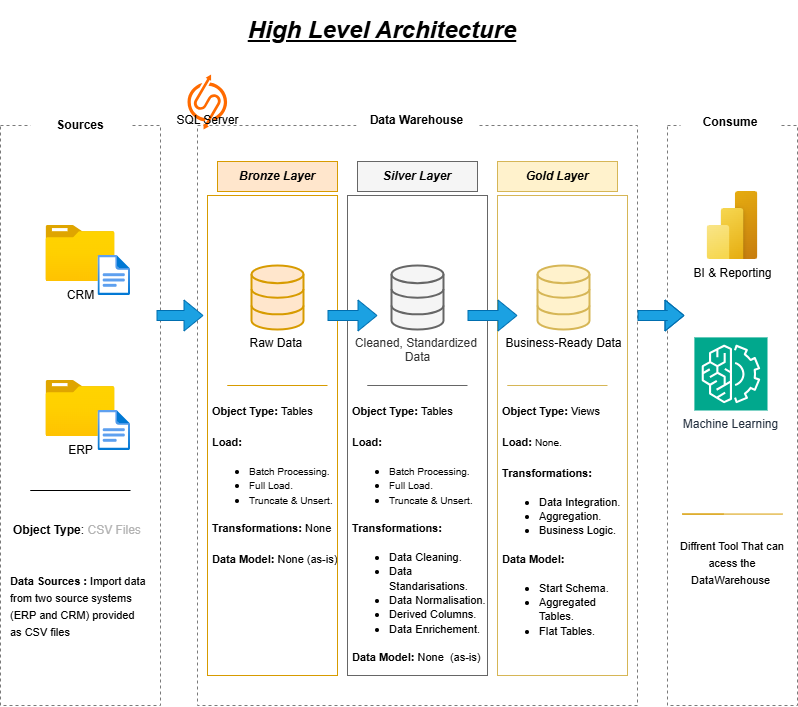
Above: docs/data_architecture.png in elghalbouni-oumaima/End-to-End-Data-Warehouse-with-SQL (draw.io), before the change. Source tidied: cells renumbered, new cells last; positions are measured from the earlier drawing's top-left corner, leaving out a move shared by most shapes.
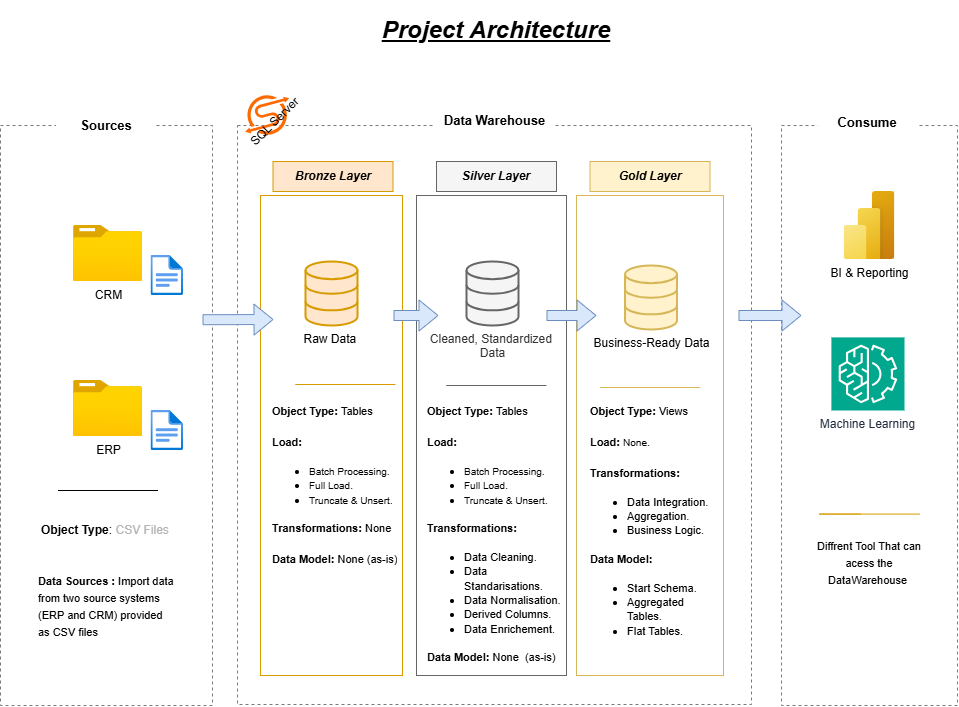
Later version of the same file.

Commit message:
update data architecture

The edit, as a diff of the source:
```diff
@@ -4,3 +4,3 @@
     <mxCell id="1" parent="0" />
-    <mxCell id="2" value="&lt;h1&gt;&lt;i&gt;&lt;u&gt;High Level Architecture&lt;/u&gt;&lt;/i&gt;&lt;/h1&gt;" style="text;html=1;whiteSpace=wrap;align=center;verticalAlign=middle;rounded=0;" parent="1" vertex="1">
+    <mxCell id="2" value="&lt;h1&gt;&lt;i&gt;&lt;u&gt;Project Architecture&lt;/u&gt;&lt;/i&gt;&lt;/h1&gt;" style="text;html=1;whiteSpace=wrap;align=center;verticalAlign=middle;rounded=0;" parent="1" vertex="1">
       <mxGeometry x="217" width="330" height="30" as="geometry" />
@@ -8,48 +8,48 @@
     <mxCell id="3" style="rounded=0;whiteSpace=wrap;html=1;fillColor=none;strokeColor=#7A7A7A;dashed=1;" parent="1" vertex="1">
-      <mxGeometry y="110" width="160" height="580" as="geometry" />
+      <mxGeometry x="-114" y="110" width="212" height="580" as="geometry" />
     </mxCell>
-    <mxCell id="4" value="&lt;b&gt;Sources&lt;/b&gt;" style="rounded=0;whiteSpace=wrap;html=1;fillColor=default;strokeColor=none;" parent="1" vertex="1">
-      <mxGeometry x="30" y="90" width="100" height="40" as="geometry" />
+    <mxCell id="4" value="&lt;b&gt;&lt;font style=&quot;font-size: 13px;&quot;&gt;Sources&lt;/font&gt;&lt;/b&gt;" style="rounded=0;whiteSpace=wrap;html=1;fillColor=default;strokeColor=none;" parent="1" vertex="1">
+      <mxGeometry x="-58.5" y="90" width="100" height="40" as="geometry" />
     </mxCell>
     <mxCell id="5" style="rounded=0;whiteSpace=wrap;html=1;fillColor=none;strokeColor=#7A7A7A;dashed=1;" parent="1" vertex="1">
-      <mxGeometry x="197" y="110" width="440" height="580" as="geometry" />
+      <mxGeometry x="123" y="110" width="514" height="579" as="geometry" />
     </mxCell>
-    <mxCell id="6" value="&lt;b&gt;Data Warehouse&lt;/b&gt;" style="rounded=0;whiteSpace=wrap;html=1;fillColor=default;strokeColor=none;" parent="1" vertex="1">
-      <mxGeometry x="356" y="87" width="121" height="36" as="geometry" />
+    <mxCell id="6" value="&lt;b&gt;&lt;font style=&quot;font-size: 13px;&quot;&gt;Data Warehouse&lt;/font&gt;&lt;/b&gt;" style="rounded=0;whiteSpace=wrap;html=1;fillColor=default;strokeColor=none;" parent="1" vertex="1">
+      <mxGeometry x="319.5" y="87" width="121" height="36" as="geometry" />
     </mxCell>
     <mxCell id="7" style="rounded=0;whiteSpace=wrap;html=1;fillColor=none;strokeColor=#7A7A7A;dashed=1;" parent="1" vertex="1">
-      <mxGeometry x="667" y="110" width="130" height="580" as="geometry" />
+      <mxGeometry x="667" y="110" width="176" height="580" as="geometry" />
     </mxCell>
-    <mxCell id="8" value="&lt;b&gt;Consume&lt;/b&gt;" style="rounded=0;whiteSpace=wrap;html=1;fillColor=default;strokeColor=none;" parent="1" vertex="1">
-      <mxGeometry x="680" y="87" width="100" height="40" as="geometry" />
+    <mxCell id="8" value="&lt;b&gt;&lt;font style=&quot;font-size: 13px;&quot;&gt;Consume&lt;/font&gt;&lt;/b&gt;" style="rounded=0;whiteSpace=wrap;html=1;fillColor=default;strokeColor=none;" parent="1" vertex="1">
+      <mxGeometry x="703" y="87" width="100" height="40" as="geometry" />
     </mxCell>
     <mxCell id="9" style="rounded=0;whiteSpace=wrap;html=1;fillColor=none;strokeColor=#D79B00;" parent="1" vertex="1">
-      <mxGeometry x="207" y="180" width="130" height="480" as="geometry" />
+      <mxGeometry x="146" y="180" width="142" height="480" as="geometry" />
     </mxCell>
     <mxCell id="10" style="rounded=0;whiteSpace=wrap;html=1;fillColor=none;strokeColor=#666666;fontColor=#333333;" parent="1" vertex="1">
-      <mxGeometry x="347" y="180" width="140" height="480" as="geometry" />
+      <mxGeometry x="302" y="180" width="150" height="480" as="geometry" />
     </mxCell>
     <mxCell id="11" style="rounded=0;whiteSpace=wrap;html=1;fillColor=none;strokeColor=#d6b656;" parent="1" vertex="1">
-      <mxGeometry x="497" y="180" width="130" height="480" as="geometry" />
+      <mxGeometry x="462" y="180" width="147" height="480" as="geometry" />
     </mxCell>
     <mxCell id="12" value="&lt;b&gt;&lt;i&gt;Bronze Layer&lt;/i&gt;&lt;/b&gt;" style="rounded=0;whiteSpace=wrap;html=1;fillColor=#ffe6cc;strokeColor=#d79b00;" parent="1" vertex="1">
-      <mxGeometry x="217" y="146" width="120" height="30" as="geometry" />
+      <mxGeometry x="158.5" y="146" width="120" height="30" as="geometry" />
     </mxCell>
     <mxCell id="13" value="&lt;b style=&quot;color: rgb(0, 0, 0);&quot;&gt;&lt;i&gt;Silver Layer&lt;/i&gt;&lt;/b&gt;" style="rounded=0;whiteSpace=wrap;html=1;fillColor=#f5f5f5;strokeColor=#666666;fontColor=#333333;" parent="1" vertex="1">
-      <mxGeometry x="357" y="146" width="120" height="30" as="geometry" />
+      <mxGeometry x="322" y="146" width="120" height="30" as="geometry" />
     </mxCell>
     <mxCell id="14" value="&lt;b&gt;&lt;i&gt;Gold Layer&lt;/i&gt;&lt;/b&gt;" style="rounded=0;whiteSpace=wrap;html=1;fillColor=#fff2cc;strokeColor=#d6b656;" parent="1" vertex="1">
-      <mxGeometry x="497" y="146" width="120" height="30" as="geometry" />
+      <mxGeometry x="475.5" y="146" width="120" height="30" as="geometry" />
     </mxCell>
     <mxCell id="15" value="CRM" style="image;html=1;align=center;fontSize=12;image=img/lib/azure2/general/Folder_Blank.svg;" parent="1" vertex="1">
-      <mxGeometry x="45.5" y="210" width="69" height="56" as="geometry" />
+      <mxGeometry x="-41" y="210" width="69" height="56" as="geometry" />
     </mxCell>
     <mxCell id="16" style="image;html=1;align=center;fontSize=12;image=img/lib/azure2/general/File.svg;" parent="1" vertex="1">
-      <mxGeometry x="97.5" y="240" width="32.5" height="40" as="geometry" />
+      <mxGeometry x="36.5" y="240" width="32.5" height="40" as="geometry" />
     </mxCell>
     <mxCell id="17" value="ERP" style="image;html=1;align=center;fontSize=12;image=img/lib/azure2/general/Folder_Blank.svg;" parent="1" vertex="1">
-      <mxGeometry x="45.5" y="365" width="69" height="56" as="geometry" />
+      <mxGeometry x="-41" y="365" width="69" height="56" as="geometry" />
     </mxCell>
     <mxCell id="18" style="image;html=1;align=center;fontSize=12;image=img/lib/azure2/general/File.svg;" parent="1" vertex="1">
-      <mxGeometry x="97.5" y="395" width="32.5" height="40" as="geometry" />
+      <mxGeometry x="36.5" y="395" width="32.5" height="40" as="geometry" />
     </mxCell>
@@ -57,7 +57,7 @@
       <mxGeometry relative="1" as="geometry">
-        <mxPoint x="71" y="475" as="sourcePoint" />
-        <mxPoint x="130" y="475" as="targetPoint" />
+        <mxPoint x="-15.5" y="475" as="sourcePoint" />
+        <mxPoint x="43.5" y="475" as="targetPoint" />
         <Array as="points">
-          <mxPoint x="30" y="475" />
-          <mxPoint x="130" y="475" />
+          <mxPoint x="-56.5" y="475" />
+          <mxPoint x="43.5" y="475" />
         </Array>
@@ -66,32 +66,32 @@
     <mxCell id="20" value="&lt;b&gt;Object Type&lt;/b&gt;: &lt;font style=&quot;color: rgb(179, 179, 179);&quot;&gt;CSV Files&lt;/font&gt;" style="text;html=1;whiteSpace=wrap;strokeColor=none;fillColor=none;align=left;verticalAlign=middle;rounded=0;" parent="1" vertex="1">
-      <mxGeometry x="11" y="500" width="140" height="30" as="geometry" />
+      <mxGeometry x="-75.5" y="500" width="140" height="30" as="geometry" />
     </mxCell>
     <mxCell id="21" value="&lt;h3 style=&quot;margin-top: 0px;&quot;&gt;&lt;font style=&quot;font-size: 11px;&quot;&gt;Data Sources :&amp;nbsp;&lt;span style=&quot;background-color: transparent; color: light-dark(rgb(0, 0, 0), rgb(255, 255, 255)); font-weight: normal;&quot;&gt;Import data from two source systems (ERP and CRM) provided as CSV files&lt;/span&gt;&lt;/font&gt;&lt;/h3&gt;" style="text;html=1;whiteSpace=wrap;overflow=hidden;rounded=0;" parent="1" vertex="1">
-      <mxGeometry x="8" y="550" width="140" height="120" as="geometry" />
+      <mxGeometry x="-78.5" y="550" width="140" height="120" as="geometry" />
     </mxCell>
     <mxCell id="22" value="Raw Data&amp;nbsp;" style="html=1;verticalLabelPosition=bottom;align=center;labelBackgroundColor=none;verticalAlign=top;strokeWidth=2;strokeColor=#d79b00;shadow=0;dashed=0;shape=mxgraph.ios7.icons.data;fillColor=#ffe6cc;" parent="1" vertex="1">
-      <mxGeometry x="251" y="250" width="52" height="64" as="geometry" />
+      <mxGeometry x="191" y="246" width="52" height="64" as="geometry" />
     </mxCell>
     <mxCell id="23" value="Business-Ready Data" style="html=1;verticalLabelPosition=bottom;align=center;labelBackgroundColor=none;verticalAlign=top;strokeWidth=2;strokeColor=#d6b656;shadow=0;dashed=0;shape=mxgraph.ios7.icons.data;fillColor=#fff2cc;" parent="1" vertex="1">
-      <mxGeometry x="537" y="250" width="52" height="64" as="geometry" />
+      <mxGeometry x="510.5" y="250" width="52" height="64" as="geometry" />
     </mxCell>
     <mxCell id="24" value="&lt;div style=&quot;text-align: justify;&quot;&gt;&lt;span style=&quot;color: light-dark(rgb(51, 51, 51), rgb(193, 193, 193));&quot;&gt;Cleaned, Standardized&amp;nbsp;&lt;/span&gt;&lt;/div&gt;&lt;div style=&quot;&quot;&gt;&lt;span style=&quot;color: light-dark(rgb(51, 51, 51), rgb(193, 193, 193));&quot;&gt;Data&lt;/span&gt;&lt;/div&gt;" style="html=1;verticalLabelPosition=bottom;align=center;labelBackgroundColor=none;verticalAlign=top;strokeWidth=2;strokeColor=#666666;shadow=0;dashed=0;shape=mxgraph.ios7.icons.data;fillColor=#f5f5f5;fontColor=#333333;" parent="1" vertex="1">
-      <mxGeometry x="391" y="250" width="52" height="64" as="geometry" />
+      <mxGeometry x="352" y="246" width="52" height="64" as="geometry" />
     </mxCell>
-    <mxCell id="25" style="shape=flexArrow;endArrow=classic;html=1;rounded=0;entryX=0;entryY=0.25;entryDx=0;entryDy=0;fillColor=#1ba1e2;strokeColor=#006EAF;" parent="1" edge="1">
+    <mxCell id="25" style="shape=flexArrow;endArrow=classic;html=1;rounded=0;fillColor=#dae8fc;strokeColor=#6c8ebf;exitX=0.953;exitY=0.328;exitDx=0;exitDy=0;exitPerimeter=0;" parent="1" edge="1">
       <mxGeometry relative="1" as="geometry">
-        <mxPoint x="156" y="300" as="sourcePoint" />
-        <mxPoint x="203" y="300" as="targetPoint" />
+        <mxPoint x="88" y="304.2" as="sourcePoint" />
+        <mxPoint x="159" y="304" as="targetPoint" />
       </mxGeometry>
     </mxCell>
-    <mxCell id="26" style="shape=flexArrow;endArrow=classic;html=1;rounded=0;entryX=0;entryY=0.25;entryDx=0;entryDy=0;fillColor=#1ba1e2;strokeColor=#006EAF;" parent="1" edge="1">
+    <mxCell id="26" style="shape=flexArrow;endArrow=classic;html=1;rounded=0;fillColor=#dae8fc;strokeColor=#6c8ebf;exitX=1;exitY=0.25;exitDx=0;exitDy=0;" parent="1" edge="1">
       <mxGeometry relative="1" as="geometry">
-        <mxPoint x="327" y="300" as="sourcePoint" />
-        <mxPoint x="377" y="300" as="targetPoint" />
+        <mxPoint x="279" y="300" as="sourcePoint" />
+        <mxPoint x="324" y="300" as="targetPoint" />
       </mxGeometry>
     </mxCell>
-    <mxCell id="27" style="shape=flexArrow;endArrow=classic;html=1;rounded=0;entryX=0;entryY=0.25;entryDx=0;entryDy=0;fillColor=#1ba1e2;strokeColor=#006EAF;" parent="1" edge="1">
+    <mxCell id="27" style="shape=flexArrow;endArrow=classic;html=1;rounded=0;entryX=0;entryY=0.25;entryDx=0;entryDy=0;fillColor=#dae8fc;strokeColor=#6c8ebf;" parent="1" edge="1">
       <mxGeometry relative="1" as="geometry">
-        <mxPoint x="467" y="300" as="sourcePoint" />
-        <mxPoint x="517" y="300" as="targetPoint" />
+        <mxPoint x="432" y="300" as="sourcePoint" />
+        <mxPoint x="482" y="300" as="targetPoint" />
       </mxGeometry>
@@ -100,7 +100,7 @@
       <mxGeometry relative="1" as="geometry">
-        <mxPoint x="268" y="370" as="sourcePoint" />
-        <mxPoint x="327" y="370" as="targetPoint" />
+        <mxPoint x="222" y="369" as="sourcePoint" />
+        <mxPoint x="281" y="369" as="targetPoint" />
         <Array as="points">
-          <mxPoint x="227" y="370" />
-          <mxPoint x="327" y="370" />
+          <mxPoint x="181" y="369" />
+          <mxPoint x="281" y="369" />
         </Array>
@@ -110,7 +110,7 @@
       <mxGeometry relative="1" as="geometry">
-        <mxPoint x="548" y="370" as="sourcePoint" />
-        <mxPoint x="607" y="370" as="targetPoint" />
+        <mxPoint x="526.5" y="372" as="sourcePoint" />
+        <mxPoint x="585.5" y="372" as="targetPoint" />
         <Array as="points">
-          <mxPoint x="507" y="370" />
-          <mxPoint x="607" y="370" />
+          <mxPoint x="485.5" y="372" />
+          <mxPoint x="585.5" y="372" />
         </Array>
@@ -120,7 +120,7 @@
       <mxGeometry relative="1" as="geometry">
-        <mxPoint x="408" y="370" as="sourcePoint" />
-        <mxPoint x="467" y="370" as="targetPoint" />
+        <mxPoint x="373" y="370" as="sourcePoint" />
+        <mxPoint x="432" y="370" as="targetPoint" />
         <Array as="points">
-          <mxPoint x="367" y="370" />
-          <mxPoint x="467" y="370" />
+          <mxPoint x="332" y="370" />
+          <mxPoint x="432" y="370" />
         </Array>
@@ -129,16 +129,16 @@
     <mxCell id="31" value="&lt;h3 style=&quot;margin-top: 0px;&quot;&gt;&lt;font style=&quot;font-size: 11px;&quot;&gt;&amp;nbsp;Object Type: &lt;span style=&quot;font-weight: normal;&quot;&gt;Tables&lt;/span&gt;&lt;/font&gt;&lt;/h3&gt;&lt;div&gt;&lt;h3 style=&quot;margin-top: 0px;&quot;&gt;&lt;font style=&quot;font-size: 11px;&quot;&gt;&amp;nbsp;Load:&amp;nbsp;&lt;/font&gt;&lt;/h3&gt;&lt;/div&gt;&lt;ul&gt;&lt;li&gt;&lt;span style=&quot;font-size: 10px; background-color: transparent; color: light-dark(rgb(0, 0, 0), rgb(255, 255, 255));&quot;&gt;Batch Processing.&lt;/span&gt;&lt;/li&gt;&lt;li&gt;&lt;span style=&quot;font-size: 10px; background-color: transparent; color: light-dark(rgb(0, 0, 0), rgb(255, 255, 255));&quot;&gt;Full Load.&lt;/span&gt;&lt;/li&gt;&lt;li&gt;&lt;span style=&quot;background-color: transparent; color: light-dark(rgb(0, 0, 0), rgb(255, 255, 255));&quot;&gt;&lt;font style=&quot;font-size: 10px;&quot;&gt;Truncate &amp;amp; Unsert&lt;/font&gt;&lt;/span&gt;&lt;span style=&quot;font-size: 11px; background-color: transparent; color: light-dark(rgb(0, 0, 0), rgb(255, 255, 255));&quot;&gt;.&lt;/span&gt;&lt;/li&gt;&lt;/ul&gt;&lt;div&gt;&lt;h3 style=&quot;margin-top: 0px;&quot;&gt;&lt;font style=&quot;font-size: 11px;&quot;&gt;&amp;nbsp;Transformations:&amp;nbsp;&lt;/font&gt;&lt;span style=&quot;font-weight: normal; font-size: 11px; background-color: transparent; color: light-dark(rgb(0, 0, 0), rgb(255, 255, 255));&quot;&gt;None&lt;/span&gt;&lt;/h3&gt;&lt;/div&gt;&lt;div&gt;&lt;h3 style=&quot;margin-top: 0px;&quot;&gt;&lt;font style=&quot;font-size: 11px;&quot;&gt;&amp;nbsp;Data Model:&amp;nbsp;&lt;/font&gt;&lt;span style=&quot;font-weight: normal; font-size: 11px; background-color: transparent; color: light-dark(rgb(0, 0, 0), rgb(255, 255, 255));&quot;&gt;None (as-is)&lt;/span&gt;&lt;/h3&gt;&lt;/div&gt;" style="text;html=1;whiteSpace=wrap;overflow=hidden;rounded=0;" parent="1" vertex="1">
-      <mxGeometry x="207" y="380" width="140" height="200" as="geometry" />
+      <mxGeometry x="153" y="380" width="131" height="200" as="geometry" />
     </mxCell>
     <mxCell id="32" value="&lt;h3 style=&quot;margin-top: 0px;&quot;&gt;&lt;font style=&quot;font-size: 11px;&quot;&gt;&amp;nbsp;Object Type: &lt;span style=&quot;font-weight: normal;&quot;&gt;Tables&lt;/span&gt;&lt;/font&gt;&lt;/h3&gt;&lt;div&gt;&lt;h3 style=&quot;margin-top: 0px;&quot;&gt;&lt;font style=&quot;font-size: 11px;&quot;&gt;&amp;nbsp;Load:&amp;nbsp;&lt;/font&gt;&lt;/h3&gt;&lt;/div&gt;&lt;ul&gt;&lt;li&gt;&lt;span style=&quot;font-size: 10px; background-color: transparent; color: light-dark(rgb(0, 0, 0), rgb(255, 255, 255));&quot;&gt;Batch Processing.&lt;/span&gt;&lt;/li&gt;&lt;li&gt;&lt;span style=&quot;font-size: 10px; background-color: transparent; color: light-dark(rgb(0, 0, 0), rgb(255, 255, 255));&quot;&gt;Full Load.&lt;/span&gt;&lt;/li&gt;&lt;li&gt;&lt;span style=&quot;background-color: transparent; color: light-dark(rgb(0, 0, 0), rgb(255, 255, 255));&quot;&gt;&lt;font style=&quot;font-size: 10px;&quot;&gt;Truncate &amp;amp; Unsert&lt;/font&gt;&lt;/span&gt;&lt;span style=&quot;font-size: 11px; background-color: transparent; color: light-dark(rgb(0, 0, 0), rgb(255, 255, 255));&quot;&gt;.&lt;/span&gt;&lt;/li&gt;&lt;/ul&gt;&lt;div&gt;&lt;h3 style=&quot;margin-top: 0px;&quot;&gt;&lt;font style=&quot;font-size: 11px;&quot;&gt;&amp;nbsp;Transformations:&amp;nbsp;&lt;/font&gt;&lt;/h3&gt;&lt;/div&gt;&lt;div&gt;&lt;ul&gt;&lt;li&gt;&lt;font style=&quot;font-size: 11px;&quot;&gt;Data Cleaning.&lt;/font&gt;&lt;/li&gt;&lt;li&gt;&lt;font style=&quot;font-size: 11px;&quot;&gt;Data Standarisations.&lt;/font&gt;&lt;/li&gt;&lt;li&gt;&lt;span style=&quot;font-size: 11px;&quot;&gt;Data Normalisation.&lt;/span&gt;&lt;/li&gt;&lt;li&gt;&lt;span style=&quot;font-size: 11px;&quot;&gt;Derived Columns.&lt;/span&gt;&lt;/li&gt;&lt;li&gt;&lt;span style=&quot;font-size: 11px;&quot;&gt;Data Enrichement.&lt;/span&gt;&lt;/li&gt;&lt;/ul&gt;&lt;/div&gt;&lt;div&gt;&lt;h3 style=&quot;margin-top: 0px;&quot;&gt;&lt;font style=&quot;font-size: 11px;&quot;&gt;&amp;nbsp;Data Model:&amp;nbsp;&lt;/font&gt;&lt;span style=&quot;font-weight: normal; font-size: 11px; background-color: transparent; color: light-dark(rgb(0, 0, 0), rgb(255, 255, 255));&quot;&gt;None&amp;nbsp;&lt;/span&gt;&lt;span style=&quot;background-color: transparent; color: light-dark(rgb(0, 0, 0), rgb(255, 255, 255)); font-size: 11px; font-weight: normal;&quot;&gt;&amp;nbsp;&lt;/span&gt;&lt;span style=&quot;background-color: transparent; color: light-dark(rgb(0, 0, 0), rgb(255, 255, 255)); font-size: 11px; font-weight: normal;&quot;&gt;(as-is)&lt;/span&gt;&lt;/h3&gt;&lt;/div&gt;" style="text;html=1;whiteSpace=wrap;overflow=hidden;rounded=0;" parent="1" vertex="1">
-      <mxGeometry x="347" y="380" width="140" height="270" as="geometry" />
+      <mxGeometry x="308" y="380" width="140" height="270" as="geometry" />
     </mxCell>
     <mxCell id="33" value="&lt;h3 style=&quot;margin-top: 0px;&quot;&gt;&lt;font style=&quot;font-size: 11px;&quot;&gt;&amp;nbsp;Object Type: &lt;span style=&quot;font-weight: normal;&quot;&gt;Views&lt;/span&gt;&lt;/font&gt;&lt;/h3&gt;&lt;div&gt;&lt;h3 style=&quot;margin-top: 0px;&quot;&gt;&lt;font style=&quot;font-size: 11px;&quot;&gt;&amp;nbsp;Load:&amp;nbsp;&lt;/font&gt;&lt;font style=&quot;background-color: transparent; color: light-dark(rgb(0, 0, 0), rgb(255, 255, 255)); font-weight: normal; font-size: 10px;&quot;&gt;None&lt;/font&gt;&lt;span style=&quot;background-color: transparent; color: light-dark(rgb(0, 0, 0), rgb(255, 255, 255)); font-weight: normal; font-size: 11px;&quot;&gt;.&lt;/span&gt;&lt;/h3&gt;&lt;/div&gt;&lt;div&gt;&lt;h3 style=&quot;margin-top: 0px;&quot;&gt;&lt;font style=&quot;font-size: 11px;&quot;&gt;&amp;nbsp;Transformations:&amp;nbsp;&lt;/font&gt;&lt;/h3&gt;&lt;/div&gt;&lt;div&gt;&lt;ul&gt;&lt;li&gt;&lt;font style=&quot;font-size: 11px;&quot;&gt;Data Integration.&lt;/font&gt;&lt;/li&gt;&lt;li&gt;&lt;font style=&quot;font-size: 11px;&quot;&gt;Aggregation.&lt;/font&gt;&lt;/li&gt;&lt;li&gt;&lt;font style=&quot;font-size: 11px;&quot;&gt;Business Logic.&lt;/font&gt;&lt;/li&gt;&lt;/ul&gt;&lt;/div&gt;&lt;div&gt;&lt;h3 style=&quot;margin-top: 0px;&quot;&gt;&lt;font style=&quot;font-size: 11px;&quot;&gt;&amp;nbsp;Data Model:&amp;nbsp;&lt;/font&gt;&lt;/h3&gt;&lt;/div&gt;&lt;div&gt;&lt;ul&gt;&lt;li&gt;&lt;font style=&quot;font-size: 11px;&quot;&gt;Start Schema.&lt;/font&gt;&lt;/li&gt;&lt;li&gt;&lt;font style=&quot;font-size: 11px;&quot;&gt;Aggregated Tables.&lt;/font&gt;&lt;/li&gt;&lt;li&gt;&lt;font style=&quot;font-size: 11px;&quot;&gt;Flat Tables.&lt;/font&gt;&lt;/li&gt;&lt;/ul&gt;&lt;/div&gt;" style="text;html=1;whiteSpace=wrap;overflow=hidden;rounded=0;" parent="1" vertex="1">
-      <mxGeometry x="497" y="380" width="130" height="250" as="geometry" />
+      <mxGeometry x="470.5" y="380" width="130" height="250" as="geometry" />
     </mxCell>
-    <mxCell id="34" style="shape=flexArrow;endArrow=classic;html=1;rounded=0;entryX=0;entryY=0.25;entryDx=0;entryDy=0;fillColor=#1ba1e2;strokeColor=#006EAF;" parent="1" edge="1">
+    <mxCell id="34" style="shape=flexArrow;endArrow=classic;html=1;rounded=0;fillColor=#dae8fc;strokeColor=#6c8ebf;exitX=1;exitY=0.25;exitDx=0;exitDy=0;" parent="1" edge="1">
       <mxGeometry relative="1" as="geometry">
-        <mxPoint x="637" y="300" as="sourcePoint" />
-        <mxPoint x="684" y="300" as="targetPoint" />
+        <mxPoint x="624" y="300" as="sourcePoint" />
+        <mxPoint x="687" y="300" as="targetPoint" />
         <Array as="points">
-          <mxPoint x="667" y="300" />
+          <mxPoint x="687" y="300" />
         </Array>
@@ -147,3 +147,3 @@
     <mxCell id="35" value="&lt;h3 style=&quot;margin-top: 0px;&quot;&gt;&lt;font style=&quot;font-size: 11px; font-weight: normal;&quot;&gt;Diffrent Tool That can acess the DataWarehouse&amp;nbsp;&lt;/font&gt;&lt;/h3&gt;" style="text;html=1;whiteSpace=wrap;overflow=hidden;rounded=0;align=center;" parent="1" vertex="1">
-      <mxGeometry x="667" y="515" width="130" height="65" as="geometry" />
+      <mxGeometry x="690" y="515" width="130" height="65" as="geometry" />
     </mxCell>
@@ -151,7 +151,7 @@
       <mxGeometry relative="1" as="geometry">
-        <mxPoint x="723" y="498.6" as="sourcePoint" />
-        <mxPoint x="782" y="498.6" as="targetPoint" />
+        <mxPoint x="746" y="498.6" as="sourcePoint" />
+        <mxPoint x="805" y="498.6" as="targetPoint" />
         <Array as="points">
-          <mxPoint x="682" y="498.6" />
-          <mxPoint x="782" y="498.6" />
+          <mxPoint x="705" y="498.6" />
+          <mxPoint x="805" y="498.6" />
         </Array>
@@ -160,9 +160,9 @@
     <mxCell id="37" value="BI &amp;amp; Reporting" style="image;html=1;align=center;fontSize=12;image=img/lib/azure2/power_platform/PowerBI.svg;" parent="1" vertex="1">
-      <mxGeometry x="706.5" y="176" width="51" height="68" as="geometry" />
+      <mxGeometry x="729.5" y="176" width="51" height="68" as="geometry" />
     </mxCell>
     <mxCell id="38" value="Machine Learning" style="sketch=0;fontColor=#232F3E;fillColor=#01A88D;strokeColor=#ffffff;dashed=0;verticalLabelPosition=bottom;verticalAlign=top;align=center;html=1;fontSize=12;fontStyle=0;shape=mxgraph.aws4.resourceIcon;resIcon=mxgraph.aws4.machine_learning;" parent="1" vertex="1">
-      <mxGeometry x="693.9" y="321.9" width="73.1" height="73.1" as="geometry" />
+      <mxGeometry x="716.9" y="321.9" width="73.1" height="73.1" as="geometry" />
     </mxCell>
-    <mxCell id="39" value="SQL Server" style="html=1;align=center;shadow=0;dashed=0;fillColor=#FF6A00;strokeColor=none;shape=mxgraph.alibaba_cloud.sqlserver;verticalAlign=bottom;" parent="1" vertex="1">
-      <mxGeometry x="187" y="59.1" width="39.6" height="54.9" as="geometry" />
+    <mxCell id="39" value="SQL Server" style="html=1;align=center;shadow=0;dashed=0;fillColor=#FF6A00;strokeColor=none;shape=mxgraph.alibaba_cloud.sqlserver;verticalAlign=bottom;direction=south;rotation=-45;" parent="1" vertex="1">
+      <mxGeometry x="125.2" y="79.8" width="54.9" height="39.6" as="geometry" />
     </mxCell>
```
